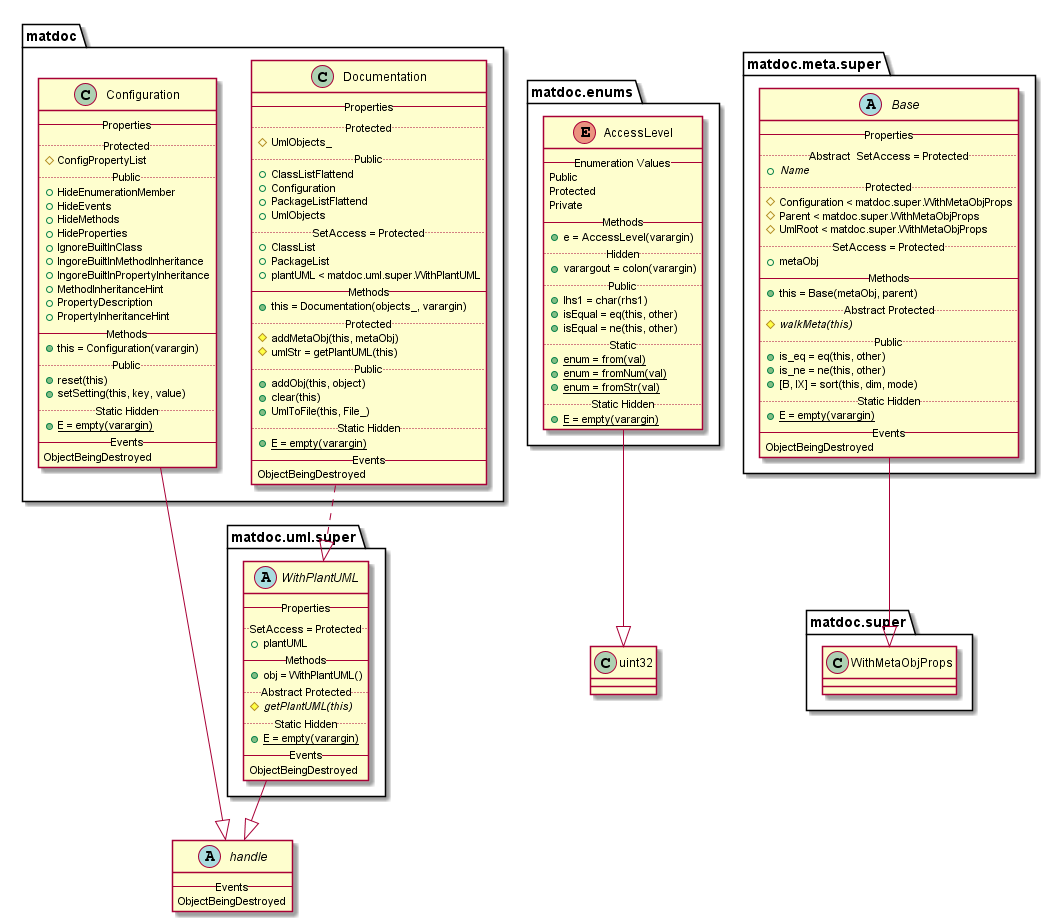
This is doc/uml-examples/uml-diagram.png from flxdot/matdoc, a PlantUML export, as it was before one commit.
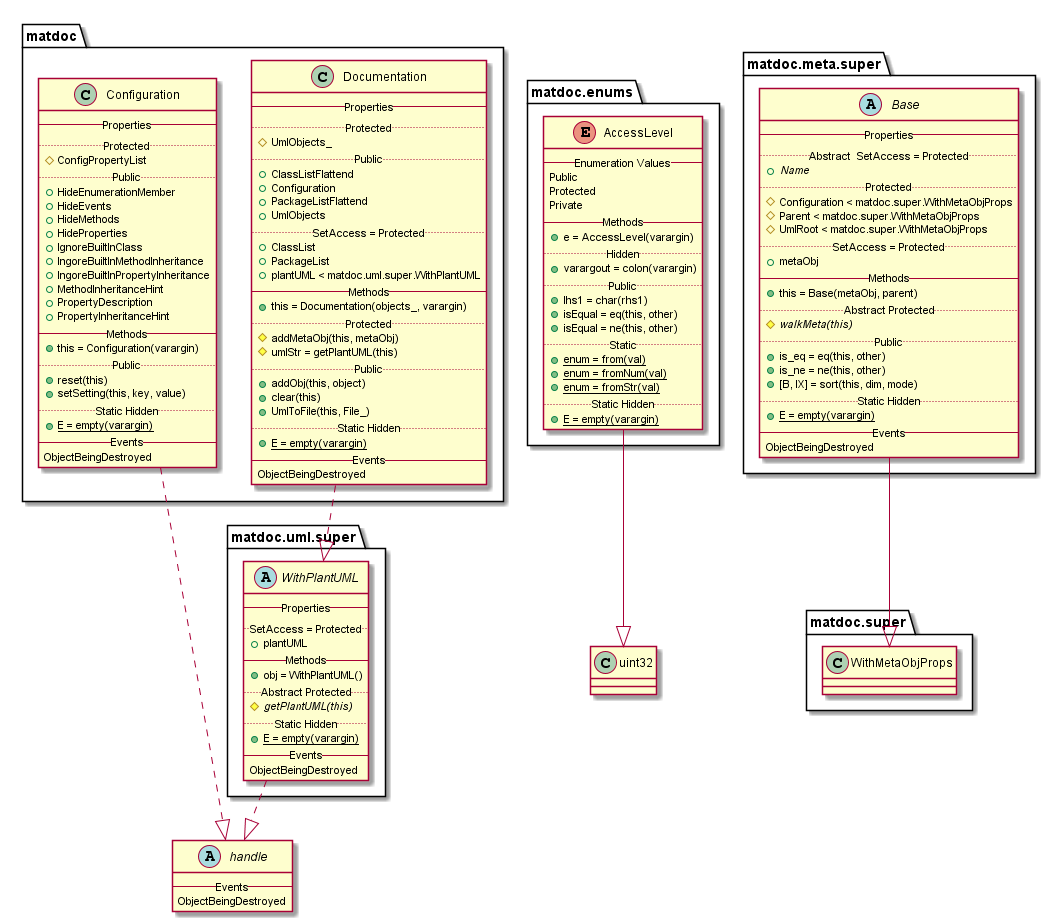
After the change.

Diff of the diagram source:
```diff
@@ -32,7 +32,7 @@
    ObjectBeingDestroyed
 }
 
-matdoc.Configuration --|> handle
+matdoc.Configuration ..|> handle
 
 class matdoc.Documentation {
    -- Properties --
@@ -127,6 +127,6 @@
    ObjectBeingDestroyed
 }
 
-matdoc.uml.super.WithPlantUML --|> handle
+matdoc.uml.super.WithPlantUML ..|> handle
 
 @enduml
```
